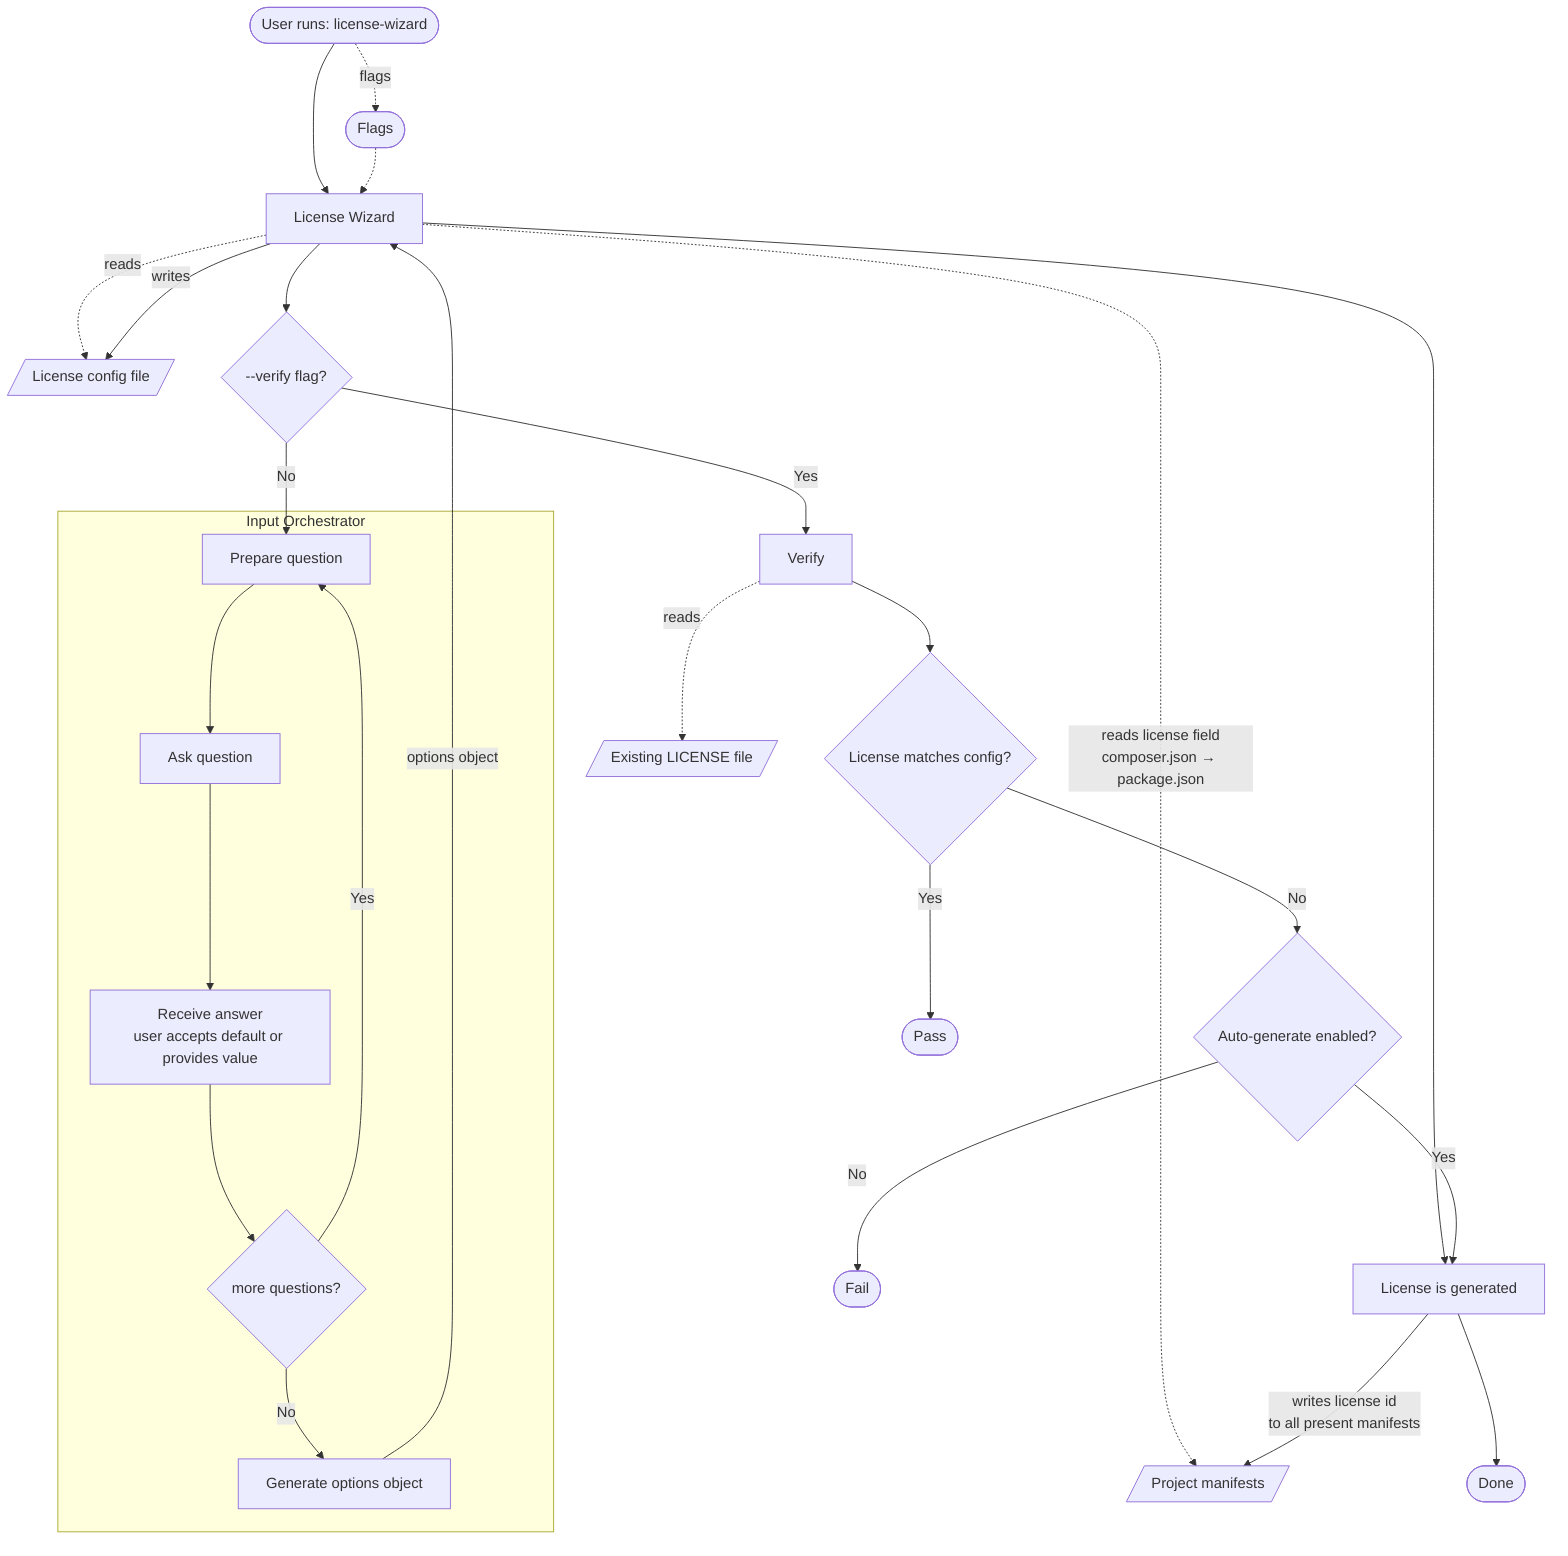
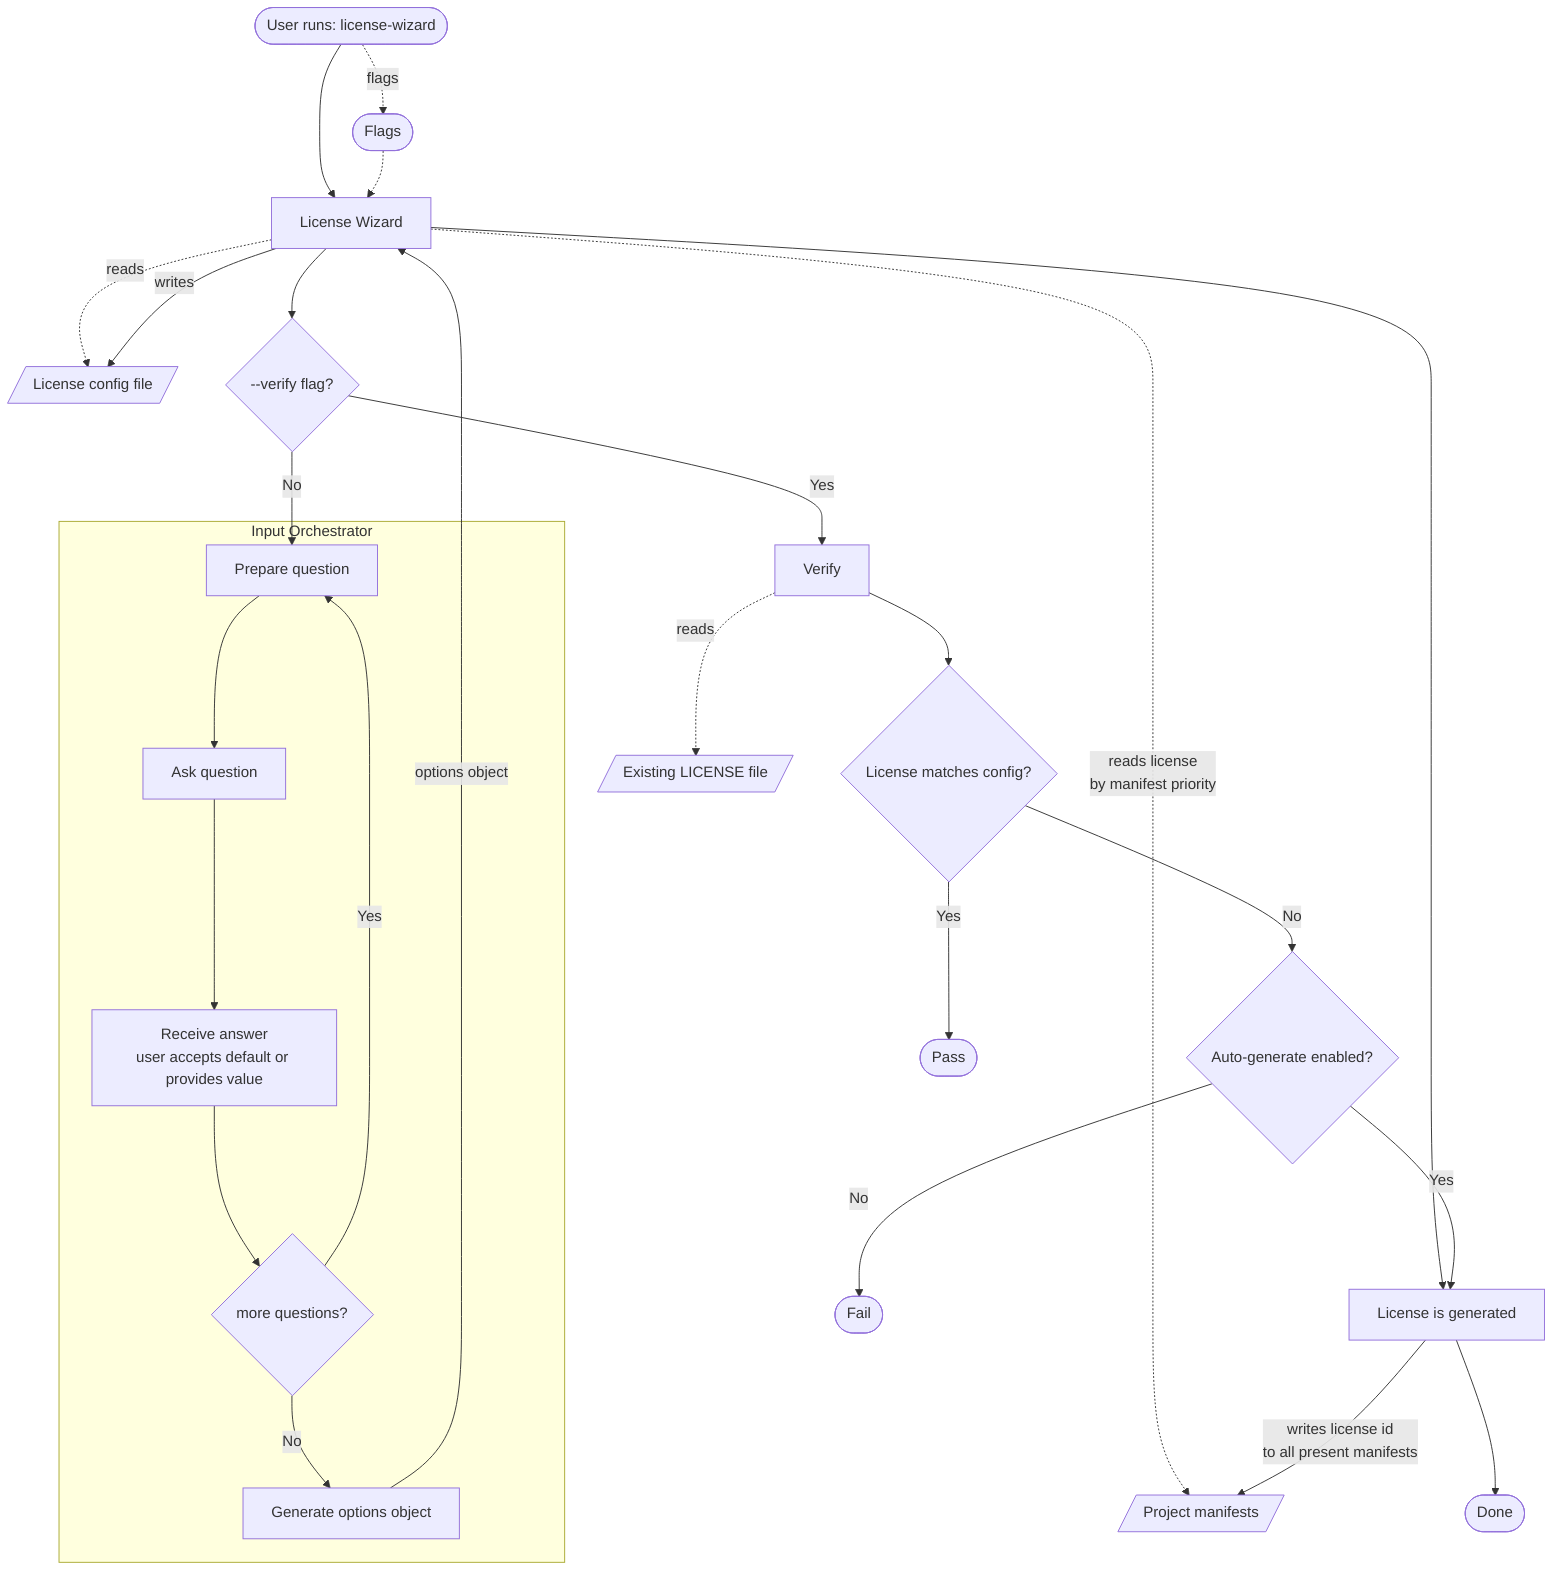
flowchart TD
    A([User runs: license-wizard]) --> LW[License Wizard]
    A -.->|flags| FL([Flags])
    FL -.-> LW
    LW -.->|reads| LC[/License config file/]
-     LW -.->|reads license field<br/>composer.json → package.json| PJ[/Project manifests/]
+     LW -.->|reads license<br/>by manifest priority| PJ[/Project manifests/]

    LW --> M{--verify flag?}

    %% ─── Interactive / generation path ───
    M -->|No| C

    subgraph IO [Input Orchestrator]
        C[Prepare question]
        C --> D[Ask question]
        D --> E[Receive answer<br/>user accepts default or provides value]
        E --> F{more questions?}
        F -->|Yes| C
        F -->|No| OG[Generate options object]
    end

    OG -->|options object| LW
    LW -->|writes| LC
    LW --> G[License is generated]
    G -->|writes license id<br/>to all present manifests| PJ
    G --> H([Done])

    %% ─── Verification path ───
    M -->|Yes| V[Verify]
    V -.->|reads| EL[/Existing LICENSE file/]
    V --> R{License matches config?}
    R -->|Yes| PASS([Pass])
    R -->|No| AG{Auto-generate enabled?}
    AG -->|Yes| G
    AG -->|No| FAIL([Fail])
